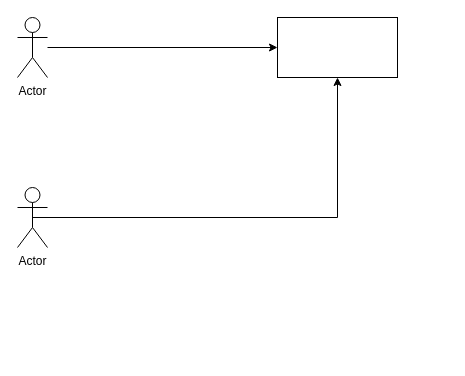
blueonline07/auth-demo keeps this draw.io diagram as Untitled Diagram.drawio. Above is the earlier version. Source tidied: cells renumbered, new cells numbered last; positions are measured from the earlier drawing's top-left corner, leaving out a move shared by most shapes. Both pictures are drawn from the tidied source at 100%, with x=0, y=0 at pixel (17, 17).
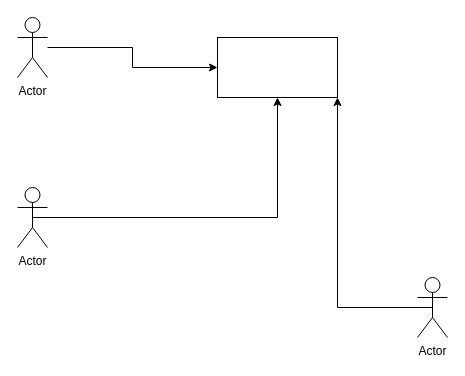
After the change.

Change to the diagram source:
```diff
@@
 <mxGraphModel>
   <root>
     <mxCell id="0" />
     <mxCell id="1" parent="0" />
     <mxCell id="2" style="edgeStyle=orthogonalEdgeStyle;rounded=0;jettySize=auto;html=1;" parent="1" edge="1" source="3" target="4">
       <mxGeometry relative="1" as="geometry" />
     </mxCell>
     <mxCell id="3" value="Actor" style="shape=umlActor;verticalLabelPosition=bottom;verticalAlign=top;html=1;outlineConnect=0;" parent="1" vertex="1">
       <mxGeometry width="30" height="60" as="geometry" />
     </mxCell>
     <mxCell id="4" style="whiteSpace=wrap;html=1;verticalAlign=top;" parent="1" vertex="1">
-      <mxGeometry x="260" width="120" height="60" as="geometry" />
+      <mxGeometry x="200" y="20" width="120" height="60" as="geometry" />
     </mxCell>
     <mxCell id="5" style="edgeStyle=orthogonalEdgeStyle;rounded=0;jettySize=auto;html=1;exitX=0.5;exitY=0.5;exitDx=0;exitDy=0;exitPerimeter=0;entryX=0.5;entryY=1;entryDx=0;entryDy=0;" parent="1" edge="1" source="6" target="4">
       <mxGeometry relative="1" as="geometry" />
     </mxCell>
     <mxCell id="6" value="Actor" style="shape=umlActor;verticalLabelPosition=bottom;verticalAlign=top;html=1;outlineConnect=0;" parent="1" vertex="1">
       <mxGeometry y="170" width="30" height="60" as="geometry" />
     </mxCell>
+    <mxCell id="7" style="edgeStyle=orthogonalEdgeStyle;rounded=0;jettySize=auto;html=1;exitX=0.5;exitY=0.5;exitDx=0;exitDy=0;exitPerimeter=0;entryX=1;entryY=1;entryDx=0;entryDy=0;" parent="1" edge="1" source="8" target="4">
+      <mxGeometry relative="1" as="geometry" />
+    </mxCell>
+    <mxCell id="8" value="Actor" style="shape=umlActor;verticalLabelPosition=bottom;verticalAlign=top;html=1;outlineConnect=0;" parent="1" vertex="1">
+      <mxGeometry x="400" y="260" width="30" height="60" as="geometry" />
+    </mxCell>
   </root>
 </mxGraphModel>
```
